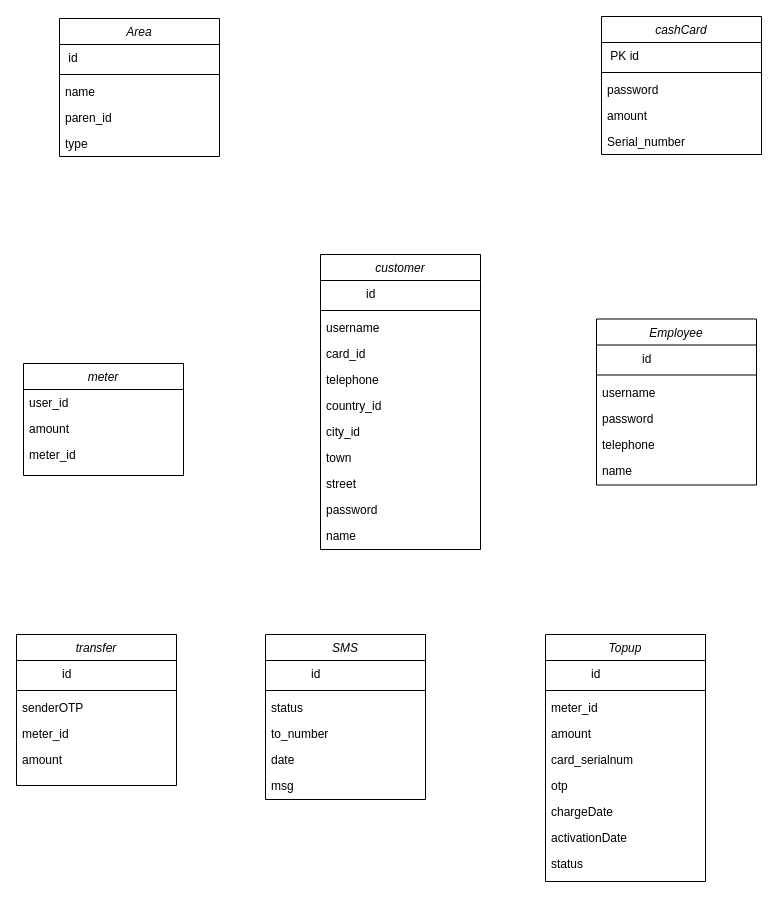
shamaabuhassan/Charts keeps this draw.io diagram as Untitled Diagram (1).drawio. Above is the earlier version. Source tidied: cells renumbered, new cells numbered last; positions are measured from the earlier drawing's top-left corner, leaving out a move shared by most shapes. Both pictures are drawn from the tidied source at 100%, with x=0, y=0 at pixel (16, 16).
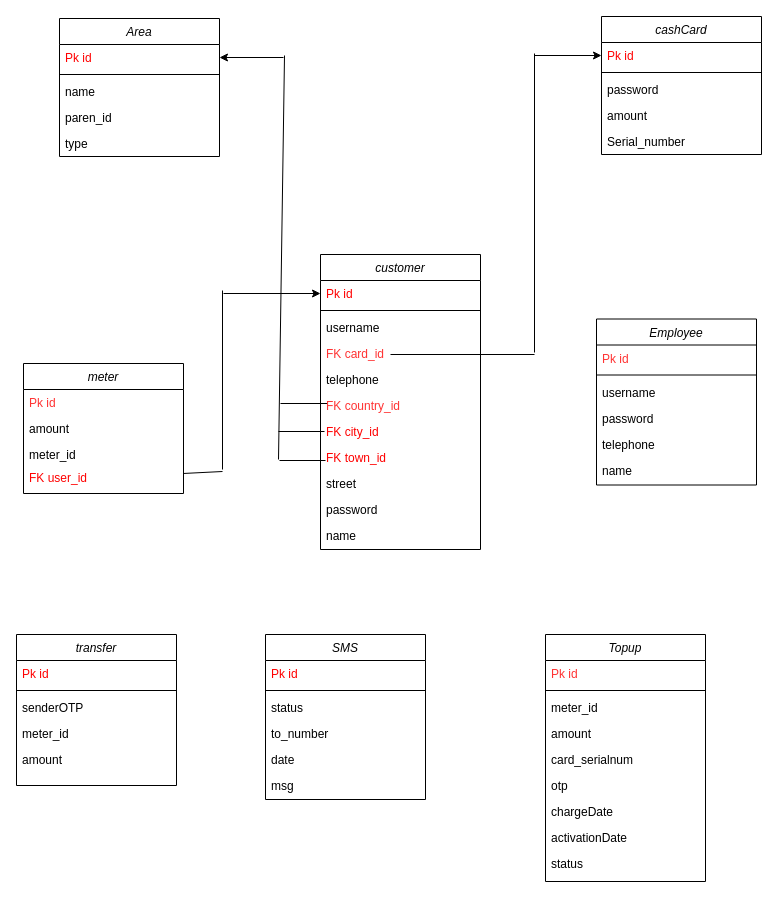
Above is the later version.

Unchanged cells that the change refers to:
```xml
<mxCell id="2" value="transfer" style="swimlane;fontStyle=2;align=center;verticalAlign=top;horizontal=1;startSize=26;rounded=0;shadow=0;strokeWidth=1;" parent="1" vertex="1">
  <mxGeometry y="618" width="160" height="151" as="geometry" />
</mxCell>
<mxCell id="8" value="SMS" style="swimlane;fontStyle=2;align=center;verticalAlign=top;horizontal=1;startSize=26;rounded=0;shadow=0;strokeWidth=1;" parent="1" vertex="1">
  <mxGeometry x="249" y="618" width="160" height="165" as="geometry" />
</mxCell>
<mxCell id="15" value="Topup" style="swimlane;fontStyle=2;align=center;verticalAlign=top;horizontal=1;startSize=26;rounded=0;shadow=0;strokeWidth=1;" parent="1" vertex="1">
  <mxGeometry x="529" y="618" width="160" height="247" as="geometry" />
</mxCell>
<mxCell id="29" value="customer" style="swimlane;fontStyle=2;align=center;verticalAlign=top;horizontal=1;startSize=26;rounded=0;shadow=0;strokeWidth=1;" parent="1" vertex="1">
  <mxGeometry x="304" y="238" width="160" height="295" as="geometry" />
</mxCell>
<mxCell id="41" value="Employee" style="swimlane;fontStyle=2;align=center;verticalAlign=top;horizontal=1;startSize=26;rounded=0;shadow=0;strokeWidth=1;" parent="1" vertex="1">
  <mxGeometry x="580" y="302.5" width="160" height="166" as="geometry" />
</mxCell>
<mxCell id="48" value="cashCard" style="swimlane;fontStyle=2;align=center;verticalAlign=top;horizontal=1;startSize=26;rounded=0;shadow=0;strokeWidth=1;" parent="1" vertex="1">
  <mxGeometry x="585" width="160" height="138" as="geometry" />
</mxCell>
<mxCell id="54" value="Area" style="swimlane;fontStyle=2;align=center;verticalAlign=top;horizontal=1;startSize=26;rounded=0;shadow=0;strokeWidth=1;" parent="1" vertex="1">
  <mxGeometry x="43" y="2" width="160" height="138" as="geometry" />
</mxCell>
```

What changed in the source:
```diff
@@
-    <mxCell id="3" value="            id" style="text;align=left;verticalAlign=top;spacingLeft=4;spacingRight=4;overflow=hidden;" parent="2" vertex="1">
+    <mxCell id="3" value="Pk id" style="text;align=left;verticalAlign=top;spacingLeft=4;spacingRight=4;overflow=hidden;fontColor=#FF0000;" parent="2" vertex="1">
       <mxGeometry y="26" width="160" height="26" as="geometry" />
     </mxCell>
@@
-    <mxCell id="9" value="            id" style="text;align=left;verticalAlign=top;spacingLeft=4;spacingRight=4;overflow=hidden;" parent="8" vertex="1">
+    <mxCell id="9" value="Pk id" style="text;align=left;verticalAlign=top;spacingLeft=4;spacingRight=4;overflow=hidden;fontColor=#FF0000;" parent="8" vertex="1">
       <mxGeometry y="26" width="160" height="26" as="geometry" />
     </mxCell>
@@
-    <mxCell id="16" value="            id" style="text;align=left;verticalAlign=top;spacingLeft=4;spacingRight=4;overflow=hidden;" parent="15" vertex="1">
+    <mxCell id="16" value="Pk id" style="text;align=left;verticalAlign=top;spacingLeft=4;spacingRight=4;overflow=hidden;fontColor=#FF3333;" parent="15" vertex="1">
       <mxGeometry y="26" width="160" height="26" as="geometry" />
     </mxCell>
@@
     <mxCell id="25" value="meter" style="swimlane;fontStyle=2;align=center;verticalAlign=top;horizontal=1;startSize=26;rounded=0;shadow=0;strokeWidth=1;" parent="1" vertex="1">
-      <mxGeometry x="7" y="347" width="160" height="112" as="geometry" />
+      <mxGeometry x="7" y="347" width="160" height="130" as="geometry" />
     </mxCell>
-    <mxCell id="26" value="user_id" style="text;align=left;verticalAlign=top;spacingLeft=4;spacingRight=4;overflow=hidden;" parent="25" vertex="1">
+    <mxCell id="26" value="Pk id" style="text;align=left;verticalAlign=top;spacingLeft=4;spacingRight=4;overflow=hidden;fontColor=#FF3333;" parent="25" vertex="1">
       <mxGeometry y="26" width="160" height="26" as="geometry" />
     </mxCell>
+    <mxCell id="60" style="endArrow=none;html=1;rounded=0;fontColor=#FF3333;" parent="25" edge="1">
+      <mxGeometry relative="1" as="geometry">
+        <mxPoint x="257" y="40" as="sourcePoint" />
+        <mxPoint x="304" y="40" as="targetPoint" />
+      </mxGeometry>
+    </mxCell>
@@
-    <mxCell id="30" value="            id" style="text;align=left;verticalAlign=top;spacingLeft=4;spacingRight=4;overflow=hidden;points=[[0,0.5],[1,0.5]];portConstraint=eastwest;" parent="29" vertex="1">
+    <mxCell id="30" value="Pk id" style="text;align=left;verticalAlign=top;spacingLeft=4;spacingRight=4;overflow=hidden;points=[[0,0.5],[1,0.5]];portConstraint=eastwest;fontColor=#FF0000;" parent="29" vertex="1">
       <mxGeometry y="26" width="160" height="26" as="geometry" />
     </mxCell>
@@
-    <mxCell id="33" value="card_id" style="text;align=left;verticalAlign=top;spacingLeft=4;spacingRight=4;overflow=hidden;rounded=0;shadow=0;html=0;" parent="29" vertex="1">
+    <mxCell id="33" value="FK card_id" style="text;align=left;verticalAlign=top;spacingLeft=4;spacingRight=4;overflow=hidden;rounded=0;shadow=0;html=0;fontColor=#FF3333;" parent="29" vertex="1">
       <mxGeometry y="86" width="160" height="26" as="geometry" />
     </mxCell>
+    <mxCell id="61" style="endArrow=none;html=1;rounded=0;fontColor=#FF3333;" parent="29" edge="1">
+      <mxGeometry relative="1" as="geometry">
+        <mxPoint x="70" y="100" as="sourcePoint" />
+        <mxPoint x="214" y="100" as="targetPoint" />
+      </mxGeometry>
+    </mxCell>
@@
-    <mxCell id="35" value="country_id" style="text;align=left;verticalAlign=top;spacingLeft=4;spacingRight=4;overflow=hidden;" parent="29" vertex="1">
+    <mxCell id="35" value="FK country_id" style="text;align=left;verticalAlign=top;spacingLeft=4;spacingRight=4;overflow=hidden;fontColor=#FF3333;" parent="29" vertex="1">
       <mxGeometry y="138" width="160" height="26" as="geometry" />
     </mxCell>
-    <mxCell id="36" value="city_id" style="text;align=left;verticalAlign=top;spacingLeft=4;spacingRight=4;overflow=hidden;" parent="29" vertex="1">
+    <mxCell id="36" value="FK city_id" style="text;align=left;verticalAlign=top;spacingLeft=4;spacingRight=4;overflow=hidden;fontColor=#FF0000;" parent="29" vertex="1">
       <mxGeometry y="164" width="160" height="26" as="geometry" />
     </mxCell>
-    <mxCell id="37" value="town" style="text;align=left;verticalAlign=top;spacingLeft=4;spacingRight=4;overflow=hidden;" parent="29" vertex="1">
+    <mxCell id="37" value="FK town_id" style="text;align=left;verticalAlign=top;spacingLeft=4;spacingRight=4;overflow=hidden;fontColor=#FF0000;" parent="29" vertex="1">
       <mxGeometry y="190" width="160" height="26" as="geometry" />
     </mxCell>
@@
-    <mxCell id="42" value="            id" style="text;align=left;verticalAlign=top;spacingLeft=4;spacingRight=4;overflow=hidden;" parent="41" vertex="1">
+    <mxCell id="42" value="Pk id" style="text;align=left;verticalAlign=top;spacingLeft=4;spacingRight=4;overflow=hidden;fontColor=#FF3333;" parent="41" vertex="1">
       <mxGeometry y="26" width="160" height="26" as="geometry" />
     </mxCell>
@@
-    <mxCell id="49" value=" PK id" style="text;align=left;verticalAlign=top;spacingLeft=4;spacingRight=4;overflow=hidden;points=[[0,0.5],[1,0.5]];portConstraint=eastwest;shadow=1;" parent="48" vertex="1">
+    <mxCell id="49" value="Pk id" style="text;align=left;verticalAlign=top;spacingLeft=4;spacingRight=4;overflow=hidden;points=[[0,0.5],[1,0.5]];portConstraint=eastwest;shadow=1;fontColor=#FF0000;" parent="48" vertex="1">
       <mxGeometry y="26" width="160" height="26" as="geometry" />
     </mxCell>
@@
-    <mxCell id="55" value=" id" style="text;align=left;verticalAlign=top;spacingLeft=4;spacingRight=4;overflow=hidden;points=[[0,0.5],[1,0.5]];portConstraint=eastwest;" parent="54" vertex="1">
+    <mxCell id="55" value="Pk id" style="text;align=left;verticalAlign=top;spacingLeft=4;spacingRight=4;overflow=hidden;points=[[0,0.5],[1,0.5]];portConstraint=eastwest;fontColor=#FF0000;" parent="54" vertex="1">
       <mxGeometry y="26" width="160" height="26" as="geometry" />
     </mxCell>
@@
+    <mxCell id="62" value="FK user_id" style="text;align=left;verticalAlign=top;spacingLeft=4;spacingRight=4;overflow=hidden;points=[[0,0.5],[1,0.5]];portConstraint=eastwest;fontColor=#FF0000;" parent="1" vertex="1">
+      <mxGeometry x="7" y="448" width="160" height="26" as="geometry" />
+    </mxCell>
+    <mxCell id="63" style="endArrow=none;html=1;rounded=0;fontColor=#FF3333;" parent="1" edge="1">
+      <mxGeometry relative="1" as="geometry">
+        <mxPoint x="518" y="336" as="sourcePoint" />
+        <mxPoint x="518" y="37" as="targetPoint" />
+      </mxGeometry>
+    </mxCell>
+    <mxCell id="64" style="endArrow=classic;html=1;fontColor=#FF3333;entryX=0;entryY=0.5;entryDx=0;entryDy=0;" parent="1" edge="1" target="49">
+      <mxGeometry relative="1" as="geometry">
+        <mxPoint x="518" y="39" as="sourcePoint" />
+      </mxGeometry>
+    </mxCell>
+    <mxCell id="65" style="endArrow=none;html=1;rounded=0;fontColor=#FF3333;" parent="1" edge="1">
+      <mxGeometry relative="1" as="geometry">
+        <mxPoint x="263" y="444" as="sourcePoint" />
+        <mxPoint x="309" y="444" as="targetPoint" />
+      </mxGeometry>
+    </mxCell>
+    <mxCell id="66" style="endArrow=none;html=1;rounded=0;fontColor=#FF3333;" parent="1" edge="1">
+      <mxGeometry relative="1" as="geometry">
+        <mxPoint x="262" y="415" as="sourcePoint" />
+        <mxPoint x="308" y="415" as="targetPoint" />
+      </mxGeometry>
+    </mxCell>
+    <mxCell id="67" style="endArrow=none;html=1;rounded=0;fontColor=#FF3333;" parent="1" edge="1">
+      <mxGeometry relative="1" as="geometry">
+        <mxPoint x="268" y="39" as="sourcePoint" />
+        <mxPoint x="262" y="443" as="targetPoint" />
+      </mxGeometry>
+    </mxCell>
+    <mxCell id="68" style="endArrow=classic;html=1;fontColor=#FF3333;entryX=1;entryY=0.5;entryDx=0;entryDy=0;" parent="1" edge="1" target="55">
+      <mxGeometry relative="1" as="geometry">
+        <mxPoint x="267" y="41" as="sourcePoint" />
+      </mxGeometry>
+    </mxCell>
+    <mxCell id="69" style="endArrow=none;html=1;fontColor=#FF0000;" parent="1" edge="1" source="62">
+      <mxGeometry relative="1" as="geometry">
+        <mxPoint x="206" y="455" as="targetPoint" />
+      </mxGeometry>
+    </mxCell>
+    <mxCell id="70" style="endArrow=none;html=1;fontColor=#FF0000;" parent="1" edge="1">
+      <mxGeometry relative="1" as="geometry">
+        <mxPoint x="206" y="453" as="sourcePoint" />
+        <mxPoint x="206" y="274" as="targetPoint" />
+      </mxGeometry>
+    </mxCell>
+    <mxCell id="71" style="endArrow=classic;html=1;fontColor=#FF0000;entryX=0;entryY=0.5;entryDx=0;entryDy=0;" parent="1" edge="1" target="30">
+      <mxGeometry relative="1" as="geometry">
+        <mxPoint x="207" y="277" as="sourcePoint" />
+      </mxGeometry>
+    </mxCell>
```
